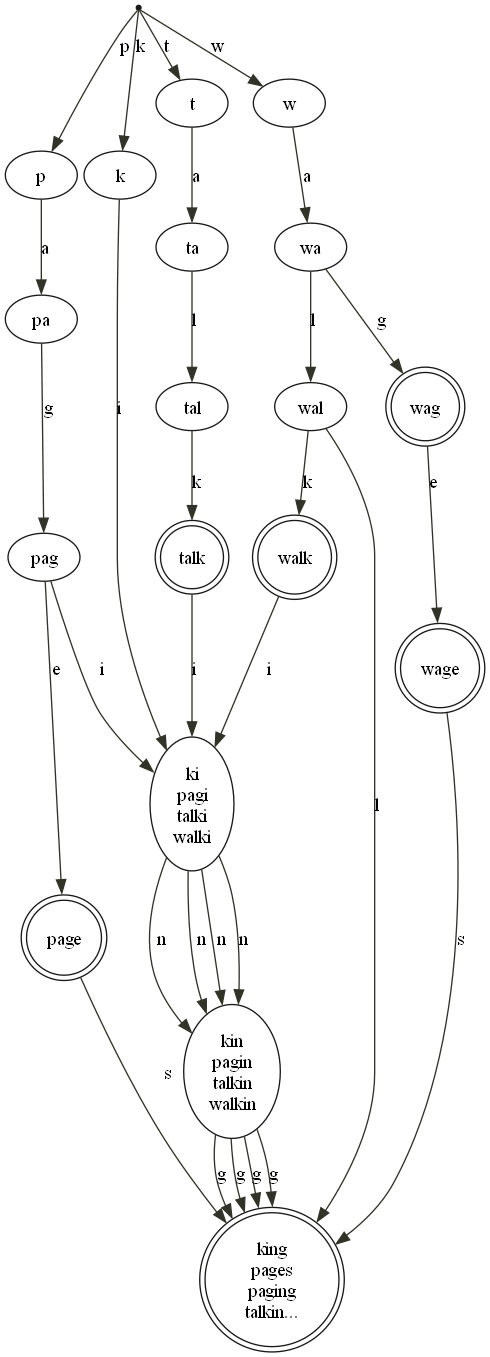
Earlier version of the Graphviz export diagrams/dag_words.png (mike-french/triex). Its source is kept beside it as diagrams/dag_words.dot.
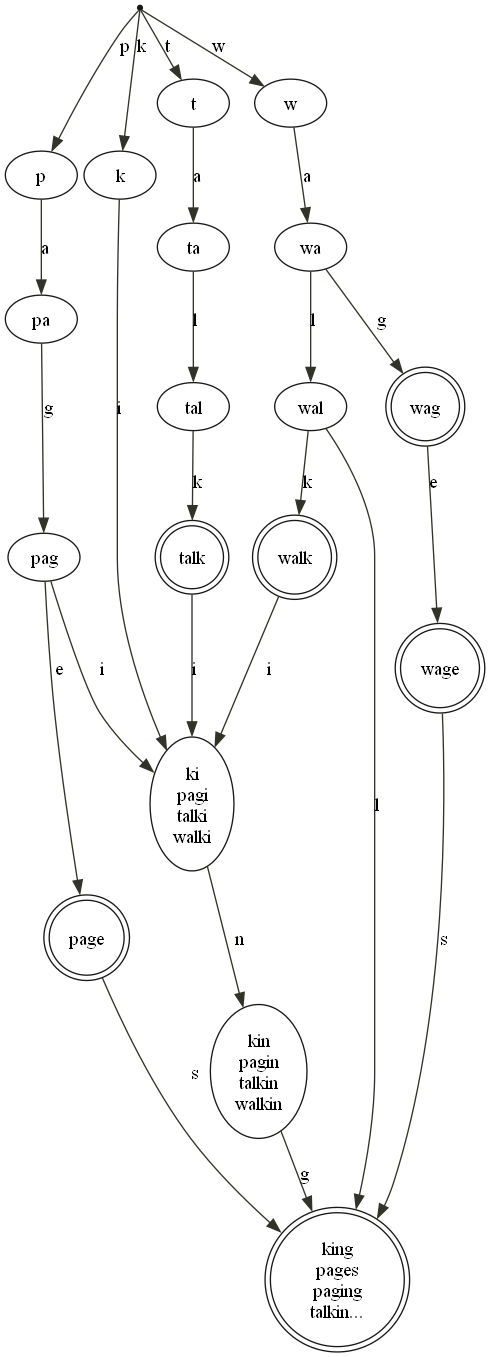
After the change.

Diff of the diagram source:
```diff
@@ -1,51 +1,45 @@
 digraph trie {
-  10385[color="0.1,0.1,0.1", shape=point];
-  10407[label="k", color="0.1,0.1,0.1", shape=ellipse];
-  10391[label="ki\npagi\ntalki\nwalki", color="0.1,0.1,0.1", shape=ellipse];
-  10392[label="kin\npagin\ntalkin\nwalkin", color="0.1,0.1,0.1", shape=ellipse];
-  10386[label="king\npages\npaging\ntalkin...", color="0.1,0.1,0.1", shape=doublecircle];
-  10399[label="p", color="0.1,0.1,0.1", shape=ellipse];
-  10400[label="pa", color="0.1,0.1,0.1", shape=ellipse];
-  10401[label="pag", color="0.1,0.1,0.1", shape=ellipse];
-  10404[label="page", color="0.1,0.1,0.1", shape=doublecircle];
-  10393[label="t", color="0.1,0.1,0.1", shape=ellipse];
-  10394[label="ta", color="0.1,0.1,0.1", shape=ellipse];
-  10395[label="tal", color="0.1,0.1,0.1", shape=ellipse];
-  10396[label="talk", color="0.1,0.1,0.1", shape=doublecircle];
-  10387[label="w", color="0.1,0.1,0.1", shape=ellipse];
-  10388[label="wa", color="0.1,0.1,0.1", shape=ellipse];
-  10405[label="wag", color="0.1,0.1,0.1", shape=doublecircle];
-  10406[label="wage", color="0.1,0.1,0.1", shape=doublecircle];
-  10389[label="wal", color="0.1,0.1,0.1", shape=ellipse];
-  10390[label="walk", color="0.1,0.1,0.1", shape=doublecircle];
-  10393 -> 10394[color="0.2,0.2,0.2", label="a"];
-  10387 -> 10388[color="0.2,0.2,0.2", label="a"];
-  10399 -> 10400[color="0.2,0.2,0.2", label="a"];
-  10405 -> 10406[color="0.2,0.2,0.2", label="e"];
-  10401 -> 10404[color="0.2,0.2,0.2", label="e"];
-  10392 -> 10386[color="0.2,0.2,0.2", label="g"];
-  10392 -> 10386[color="0.2,0.2,0.2", label="g"];
-  10392 -> 10386[color="0.2,0.2,0.2", label="g"];
-  10392 -> 10386[color="0.2,0.2,0.2", label="g"];
-  10388 -> 10405[color="0.2,0.2,0.2", label="g"];
-  10400 -> 10401[color="0.2,0.2,0.2", label="g"];
-  10390 -> 10391[color="0.2,0.2,0.2", label="i"];
-  10396 -> 10391[color="0.2,0.2,0.2", label="i"];
-  10401 -> 10391[color="0.2,0.2,0.2", label="i"];
-  10407 -> 10391[color="0.2,0.2,0.2", label="i"];
-  10395 -> 10396[color="0.2,0.2,0.2", label="k"];
-  10389 -> 10390[color="0.2,0.2,0.2", label="k"];
-  10385 -> 10407[color="0.2,0.2,0.2", label="k"];
-  10389 -> 10386[color="0.2,0.2,0.2", label="l"];
-  10394 -> 10395[color="0.2,0.2,0.2", label="l"];
-  10388 -> 10389[color="0.2,0.2,0.2", label="l"];
-  10391 -> 10392[color="0.2,0.2,0.2", label="n"];
-  10391 -> 10392[color="0.2,0.2,0.2", label="n"];
-  10391 -> 10392[color="0.2,0.2,0.2", label="n"];
-  10391 -> 10392[color="0.2,0.2,0.2", label="n"];
-  10385 -> 10399[color="0.2,0.2,0.2", label="p"];
-  10406 -> 10386[color="0.2,0.2,0.2", label="s"];
-  10404 -> 10386[color="0.2,0.2,0.2", label="s"];
-  10385 -> 10393[color="0.2,0.2,0.2", label="t"];
-  10385 -> 10387[color="0.2,0.2,0.2", label="w"];
+  10258[color="0.1,0.1,0.1", shape=point];
+  10280[label="k", color="0.1,0.1,0.1", shape=ellipse];
+  10264[label="ki\npagi\ntalki\nwalki", color="0.1,0.1,0.1", shape=ellipse];
+  10265[label="kin\npagin\ntalkin\nwalkin", color="0.1,0.1,0.1", shape=ellipse];
+  10259[label="king\npages\npaging\ntalkin...", color="0.1,0.1,0.1", shape=doublecircle];
+  10272[label="p", color="0.1,0.1,0.1", shape=ellipse];
+  10273[label="pa", color="0.1,0.1,0.1", shape=ellipse];
+  10274[label="pag", color="0.1,0.1,0.1", shape=ellipse];
+  10277[label="page", color="0.1,0.1,0.1", shape=doublecircle];
+  10266[label="t", color="0.1,0.1,0.1", shape=ellipse];
+  10267[label="ta", color="0.1,0.1,0.1", shape=ellipse];
+  10268[label="tal", color="0.1,0.1,0.1", shape=ellipse];
+  10269[label="talk", color="0.1,0.1,0.1", shape=doublecircle];
+  10260[label="w", color="0.1,0.1,0.1", shape=ellipse];
+  10261[label="wa", color="0.1,0.1,0.1", shape=ellipse];
+  10278[label="wag", color="0.1,0.1,0.1", shape=doublecircle];
+  10279[label="wage", color="0.1,0.1,0.1", shape=doublecircle];
+  10262[label="wal", color="0.1,0.1,0.1", shape=ellipse];
+  10263[label="walk", color="0.1,0.1,0.1", shape=doublecircle];
+  10260 -> 10261[color="0.2,0.2,0.2", label="a"];
+  10266 -> 10267[color="0.2,0.2,0.2", label="a"];
+  10272 -> 10273[color="0.2,0.2,0.2", label="a"];
+  10274 -> 10277[color="0.2,0.2,0.2", label="e"];
+  10278 -> 10279[color="0.2,0.2,0.2", label="e"];
+  10261 -> 10278[color="0.2,0.2,0.2", label="g"];
+  10265 -> 10259[color="0.2,0.2,0.2", label="g"];
+  10273 -> 10274[color="0.2,0.2,0.2", label="g"];
+  10263 -> 10264[color="0.2,0.2,0.2", label="i"];
+  10269 -> 10264[color="0.2,0.2,0.2", label="i"];
+  10274 -> 10264[color="0.2,0.2,0.2", label="i"];
+  10280 -> 10264[color="0.2,0.2,0.2", label="i"];
+  10258 -> 10280[color="0.2,0.2,0.2", label="k"];
+  10262 -> 10263[color="0.2,0.2,0.2", label="k"];
+  10268 -> 10269[color="0.2,0.2,0.2", label="k"];
+  10261 -> 10262[color="0.2,0.2,0.2", label="l"];
+  10262 -> 10259[color="0.2,0.2,0.2", label="l"];
+  10267 -> 10268[color="0.2,0.2,0.2", label="l"];
+  10264 -> 10265[color="0.2,0.2,0.2", label="n"];
+  10258 -> 10272[color="0.2,0.2,0.2", label="p"];
+  10277 -> 10259[color="0.2,0.2,0.2", label="s"];
+  10279 -> 10259[color="0.2,0.2,0.2", label="s"];
+  10258 -> 10266[color="0.2,0.2,0.2", label="t"];
+  10258 -> 10260[color="0.2,0.2,0.2", label="w"];
 }
```
